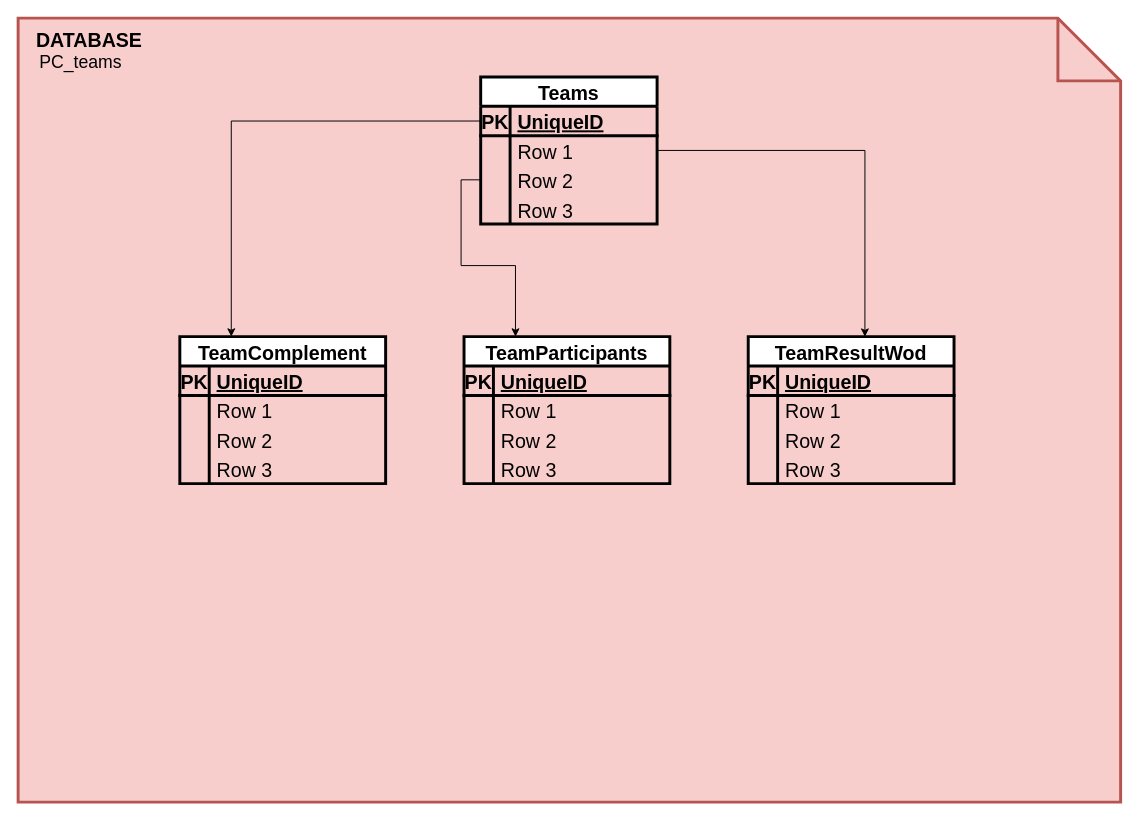
Earlier version of the draw.io diagram page "DB - TIMES" (3 of 4) of relacionamento.drawio (sandromaia87/crossfit). Source tidied: cells renumbered, new cells numbered last; positions are measured from the earlier drawing's top-left corner, leaving out a move shared by most shapes. Both pictures are drawn from the tidied source at 98%, with x=0, y=0 at pixel (18, 18).
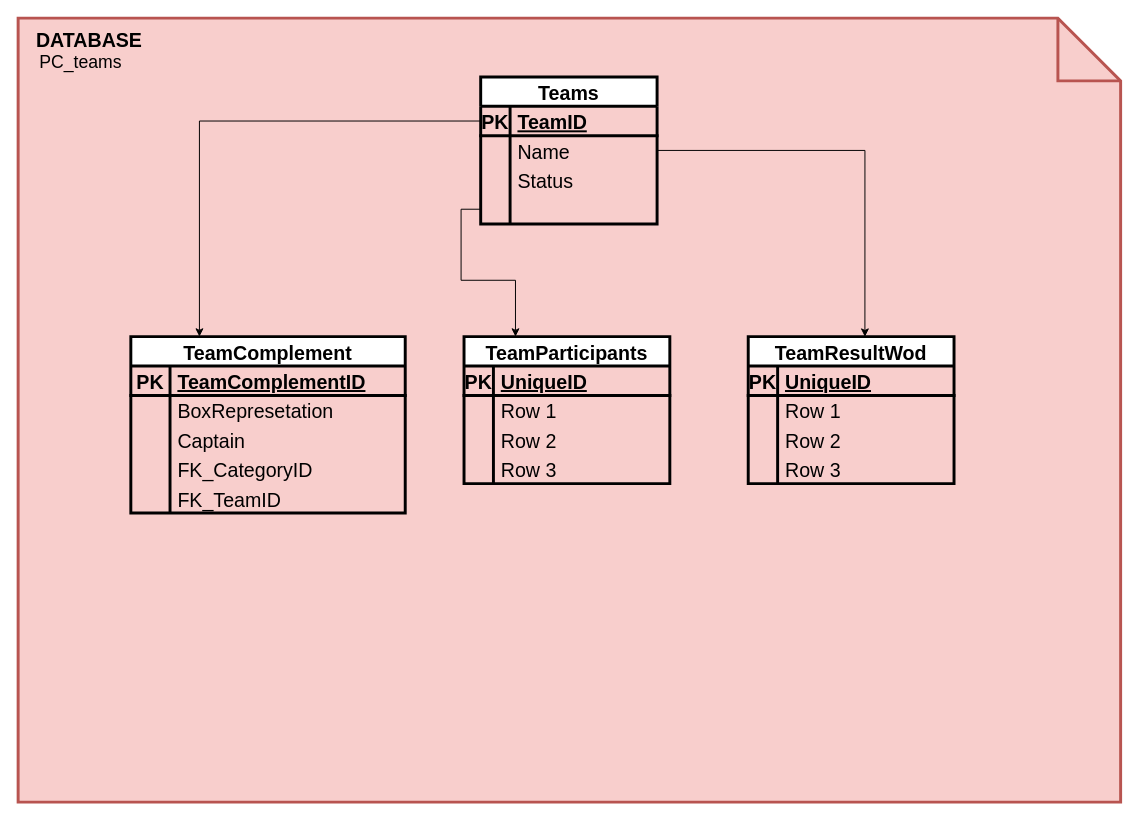
The same page after the edit.

The change refers to these unchanged cells:
```xml
<mxCell id="3" value="Teams" style="shape=table;startSize=30;childLayout=tableLayout;rowLines=0;fontStyle=1;align=center;strokeWidth=3;fontSize=20;gradientColor=none;" parent="1" vertex="1">
  <mxGeometry x="472" y="60" width="180" height="150" as="geometry" />
</mxCell>
<mxCell id="4" style="shape=tableRow;horizontal=0;startSize=0;swimlaneHead=0;swimlaneBody=0;fillColor=none;points=[[0,0.5],[1,0.5]];portConstraint=eastwest;top=0;left=0;right=0;bottom=1;strokeWidth=3;fontSize=20;" parent="3" vertex="1">
  <mxGeometry y="30" width="180" height="30" as="geometry" />
</mxCell>
<mxCell id="7" style="shape=tableRow;horizontal=0;startSize=0;swimlaneHead=0;swimlaneBody=0;fillColor=none;points=[[0,0.5],[1,0.5]];portConstraint=eastwest;top=0;left=0;right=0;bottom=0;strokeWidth=3;fontSize=20;" parent="3" vertex="1">
  <mxGeometry y="60" width="180" height="30" as="geometry" />
</mxCell>
```

What changed in the source:
```diff
@@
-    <mxCell id="6" value="UniqueID" style="shape=partialRectangle;fillColor=none;top=0;left=0;bottom=0;right=0;align=left;spacingLeft=6;fontStyle=5;overflow=hidden;strokeWidth=3;fontSize=20;" parent="4" vertex="1">
+    <mxCell id="6" value="TeamID" style="shape=partialRectangle;fillColor=none;top=0;left=0;bottom=0;right=0;align=left;spacingLeft=6;fontStyle=5;overflow=hidden;strokeWidth=3;fontSize=20;" parent="4" vertex="1">
       <mxGeometry x="30" width="150" height="30" as="geometry" />
     </mxCell>
@@
-    <mxCell id="9" value="Row 1" style="shape=partialRectangle;fillColor=none;top=0;left=0;bottom=0;right=0;align=left;spacingLeft=6;overflow=hidden;strokeWidth=3;fontSize=20;" parent="7" vertex="1">
+    <mxCell id="9" value="Name" style="shape=partialRectangle;fillColor=none;top=0;left=0;bottom=0;right=0;align=left;spacingLeft=6;overflow=hidden;strokeWidth=3;fontSize=20;" parent="7" vertex="1">
       <mxGeometry x="30" width="150" height="30" as="geometry" />
     </mxCell>
+    <mxCell id="13" style="shape=tableRow;horizontal=0;startSize=0;swimlaneHead=0;swimlaneBody=0;fillColor=none;top=0;left=0;right=0;bottom=0;strokeWidth=3;fontSize=20;" parent="3" vertex="1">
+      <mxGeometry y="90" width="180" height="30" as="geometry" />
+    </mxCell>
+    <mxCell id="14" style="shape=partialRectangle;fillColor=none;top=0;left=0;bottom=0;right=0;overflow=hidden;strokeWidth=3;fontSize=20;" parent="13" vertex="1">
+      <mxGeometry width="30" height="30" as="geometry" />
+    </mxCell>
+    <mxCell id="15" value="Status" style="shape=partialRectangle;fillColor=none;top=0;left=0;bottom=0;right=0;align=left;spacingLeft=6;overflow=hidden;strokeWidth=3;fontSize=20;" parent="13" vertex="1">
+      <mxGeometry x="30" width="150" height="30" as="geometry" />
+    </mxCell>
     <mxCell id="10" style="shape=tableRow;horizontal=0;startSize=0;swimlaneHead=0;swimlaneBody=0;fillColor=none;points=[[0,0.5],[1,0.5]];portConstraint=eastwest;top=0;left=0;right=0;bottom=0;strokeWidth=3;fontSize=20;" parent="3" vertex="1">
-      <mxGeometry y="90" width="180" height="30" as="geometry" />
+      <mxGeometry y="120" width="180" height="30" as="geometry" />
     </mxCell>
@@
-    <mxCell id="12" value="Row 2" style="shape=partialRectangle;fillColor=none;top=0;left=0;bottom=0;right=0;align=left;spacingLeft=6;overflow=hidden;strokeWidth=3;fontSize=20;" parent="10" vertex="1">
+    <mxCell id="12" style="shape=partialRectangle;fillColor=none;top=0;left=0;bottom=0;right=0;align=left;spacingLeft=6;overflow=hidden;strokeWidth=3;fontSize=20;" parent="10" vertex="1">
       <mxGeometry x="30" width="150" height="30" as="geometry" />
     </mxCell>
-    <mxCell id="13" style="shape=tableRow;horizontal=0;startSize=0;swimlaneHead=0;swimlaneBody=0;fillColor=none;top=0;left=0;right=0;bottom=0;strokeWidth=3;fontSize=20;" parent="3" vertex="1">
-      <mxGeometry y="120" width="180" height="30" as="geometry" />
-    </mxCell>
-    <mxCell id="14" style="shape=partialRectangle;fillColor=none;top=0;left=0;bottom=0;right=0;overflow=hidden;strokeWidth=3;fontSize=20;" parent="13" vertex="1">
-      <mxGeometry width="30" height="30" as="geometry" />
-    </mxCell>
-    <mxCell id="15" value="Row 3" style="shape=partialRectangle;fillColor=none;top=0;left=0;bottom=0;right=0;align=left;spacingLeft=6;overflow=hidden;strokeWidth=3;fontSize=20;" parent="13" vertex="1">
-      <mxGeometry x="30" width="150" height="30" as="geometry" />
-    </mxCell>
     <mxCell id="16" value="TeamComplement" style="shape=table;startSize=30;childLayout=tableLayout;rowLines=0;fontStyle=1;align=center;strokeWidth=3;fontSize=20;gradientColor=none;" parent="1" vertex="1">
-      <mxGeometry x="165" y="325" width="210" height="150" as="geometry" />
+      <mxGeometry x="115" y="325" width="280" height="180" as="geometry" />
     </mxCell>
     <mxCell id="17" style="shape=tableRow;horizontal=0;startSize=0;swimlaneHead=0;swimlaneBody=0;fillColor=none;top=0;left=0;right=0;bottom=1;strokeWidth=3;fontSize=20;" parent="16" vertex="1">
-      <mxGeometry y="30" width="210" height="30" as="geometry" />
+      <mxGeometry y="30" width="280" height="30" as="geometry" />
     </mxCell>
     <mxCell id="18" value="PK" style="shape=partialRectangle;fillColor=none;top=0;left=0;bottom=0;right=0;fontStyle=1;overflow=hidden;strokeWidth=3;fontSize=20;" parent="17" vertex="1">
-      <mxGeometry width="30" height="30" as="geometry" />
+      <mxGeometry width="40" height="30" as="geometry" />
     </mxCell>
-    <mxCell id="19" value="UniqueID" style="shape=partialRectangle;fillColor=none;top=0;left=0;bottom=0;right=0;align=left;spacingLeft=6;fontStyle=5;overflow=hidden;strokeWidth=3;fontSize=20;" parent="17" vertex="1">
-      <mxGeometry x="30" width="180" height="30" as="geometry" />
+    <mxCell id="19" value="TeamComplementID" style="shape=partialRectangle;fillColor=none;top=0;left=0;bottom=0;right=0;align=left;spacingLeft=6;fontStyle=5;overflow=hidden;strokeWidth=3;fontSize=20;" parent="17" vertex="1">
+      <mxGeometry x="40" width="240" height="30" as="geometry" />
     </mxCell>
     <mxCell id="20" style="shape=tableRow;horizontal=0;startSize=0;swimlaneHead=0;swimlaneBody=0;fillColor=none;top=0;left=0;right=0;bottom=0;strokeWidth=3;fontSize=20;" parent="16" vertex="1">
-      <mxGeometry y="60" width="210" height="30" as="geometry" />
+      <mxGeometry y="60" width="280" height="30" as="geometry" />
     </mxCell>
     <mxCell id="21" style="shape=partialRectangle;fillColor=none;top=0;left=0;bottom=0;right=0;overflow=hidden;strokeWidth=3;fontSize=20;" parent="20" vertex="1">
-      <mxGeometry width="30" height="30" as="geometry" />
+      <mxGeometry width="40" height="30" as="geometry" />
     </mxCell>
-    <mxCell id="22" value="Row 1" style="shape=partialRectangle;fillColor=none;top=0;left=0;bottom=0;right=0;align=left;spacingLeft=6;overflow=hidden;strokeWidth=3;fontSize=20;" parent="20" vertex="1">
-      <mxGeometry x="30" width="180" height="30" as="geometry" />
+    <mxCell id="22" value="BoxRepresetation" style="shape=partialRectangle;fillColor=none;top=0;left=0;bottom=0;right=0;align=left;spacingLeft=6;overflow=hidden;strokeWidth=3;fontSize=20;" parent="20" vertex="1">
+      <mxGeometry x="40" width="240" height="30" as="geometry" />
     </mxCell>
+    <mxCell id="58" style="shape=tableRow;horizontal=0;startSize=0;swimlaneHead=0;swimlaneBody=0;fillColor=none;top=0;left=0;right=0;bottom=0;strokeWidth=3;fontSize=20;" parent="16" vertex="1">
+      <mxGeometry y="90" width="280" height="30" as="geometry" />
+    </mxCell>
+    <mxCell id="59" style="shape=partialRectangle;fillColor=none;top=0;left=0;bottom=0;right=0;overflow=hidden;strokeWidth=3;fontSize=20;" parent="58" vertex="1">
+      <mxGeometry width="40" height="30" as="geometry" />
+    </mxCell>
+    <mxCell id="60" value="Captain" style="shape=partialRectangle;fillColor=none;top=0;left=0;bottom=0;right=0;align=left;spacingLeft=6;overflow=hidden;strokeWidth=3;fontSize=20;" parent="58" vertex="1">
+      <mxGeometry x="40" width="240" height="30" as="geometry" />
+    </mxCell>
+    <mxCell id="26" style="shape=tableRow;horizontal=0;startSize=0;swimlaneHead=0;swimlaneBody=0;fillColor=none;top=0;left=0;right=0;bottom=0;strokeWidth=3;fontSize=20;" parent="16" vertex="1">
+      <mxGeometry y="120" width="280" height="30" as="geometry" />
+    </mxCell>
+    <mxCell id="27" style="shape=partialRectangle;fillColor=none;top=0;left=0;bottom=0;right=0;overflow=hidden;strokeWidth=3;fontSize=20;" parent="26" vertex="1">
+      <mxGeometry width="40" height="30" as="geometry" />
+    </mxCell>
+    <mxCell id="28" value="FK_CategoryID" style="shape=partialRectangle;fillColor=none;top=0;left=0;bottom=0;right=0;align=left;spacingLeft=6;overflow=hidden;strokeWidth=3;fontSize=20;" parent="26" vertex="1">
+      <mxGeometry x="40" width="240" height="30" as="geometry" />
+    </mxCell>
     <mxCell id="23" style="shape=tableRow;horizontal=0;startSize=0;swimlaneHead=0;swimlaneBody=0;fillColor=none;top=0;left=0;right=0;bottom=0;strokeWidth=3;fontSize=20;" parent="16" vertex="1">
-      <mxGeometry y="90" width="210" height="30" as="geometry" />
+      <mxGeometry y="150" width="280" height="30" as="geometry" />
     </mxCell>
     <mxCell id="24" style="shape=partialRectangle;fillColor=none;top=0;left=0;bottom=0;right=0;overflow=hidden;strokeWidth=3;fontSize=20;" parent="23" vertex="1">
-      <mxGeometry width="30" height="30" as="geometry" />
+      <mxGeometry width="40" height="30" as="geometry" />
     </mxCell>
-    <mxCell id="25" value="Row 2" style="shape=partialRectangle;fillColor=none;top=0;left=0;bottom=0;right=0;align=left;spacingLeft=6;overflow=hidden;strokeWidth=3;fontSize=20;" parent="23" vertex="1">
-      <mxGeometry x="30" width="180" height="30" as="geometry" />
+    <mxCell id="25" value="FK_TeamID" style="shape=partialRectangle;fillColor=none;top=0;left=0;bottom=0;right=0;align=left;spacingLeft=6;overflow=hidden;strokeWidth=3;fontSize=20;" parent="23" vertex="1">
+      <mxGeometry x="40" width="240" height="30" as="geometry" />
     </mxCell>
-    <mxCell id="26" style="shape=tableRow;horizontal=0;startSize=0;swimlaneHead=0;swimlaneBody=0;fillColor=none;top=0;left=0;right=0;bottom=0;strokeWidth=3;fontSize=20;" parent="16" vertex="1">
-      <mxGeometry y="120" width="210" height="30" as="geometry" />
-    </mxCell>
-    <mxCell id="27" style="shape=partialRectangle;fillColor=none;top=0;left=0;bottom=0;right=0;overflow=hidden;strokeWidth=3;fontSize=20;" parent="26" vertex="1">
-      <mxGeometry width="30" height="30" as="geometry" />
-    </mxCell>
-    <mxCell id="28" value="Row 3" style="shape=partialRectangle;fillColor=none;top=0;left=0;bottom=0;right=0;align=left;spacingLeft=6;overflow=hidden;strokeWidth=3;fontSize=20;" parent="26" vertex="1">
-      <mxGeometry x="30" width="180" height="30" as="geometry" />
-    </mxCell>
```
